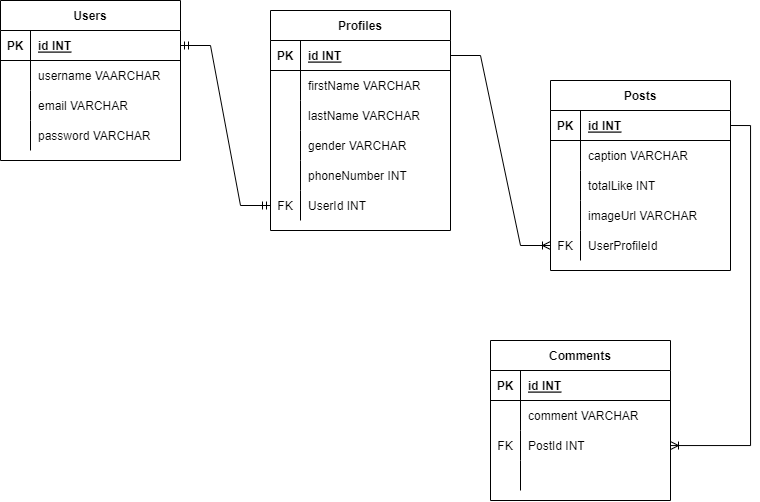
This is schema-pp.png from Andrianns/socmed-Instogram, a draw.io export, as it was before one commit. Source tidied: cells renumbered, new cells last; positions are measured from the earlier drawing's top-left corner, leaving out a move shared by most shapes.
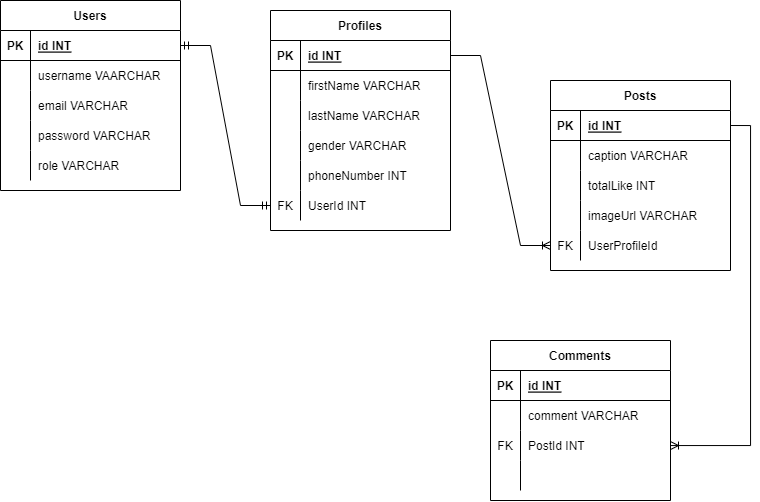
Above is the later version.

What changed in the source:
```diff
@@ -90,7 +90,7 @@
       <mxGeometry x="30" width="150" height="30" as="geometry" />
     </mxCell>
     <mxCell id="31" value="Users" style="shape=table;startSize=30;rowLines=0;fontStyle=1;align=center;" parent="1" vertex="1">
-      <mxGeometry width="180" height="160" as="geometry" />
+      <mxGeometry width="180" height="190" as="geometry" />
     </mxCell>
     <mxCell id="32" style="shape=tableRow;horizontal=0;startSize=0;swimlaneHead=0;swimlaneBody=0;fillColor=none;points=[[0,0.5],[1,0.5]];portConstraint=eastwest;top=0;left=0;right=0;bottom=1;" parent="31" vertex="1">
       <mxGeometry y="30" width="180" height="30" as="geometry" />
@@ -128,6 +128,15 @@
     <mxCell id="43" value="password VARCHAR" style="shape=partialRectangle;fillColor=none;top=0;left=0;bottom=0;right=0;align=left;spacingLeft=6;overflow=hidden;" parent="41" vertex="1">
       <mxGeometry x="30" width="150" height="30" as="geometry" />
     </mxCell>
+    <mxCell id="66" style="shape=tableRow;horizontal=0;startSize=0;swimlaneHead=0;swimlaneBody=0;fillColor=none;top=0;left=0;right=0;bottom=0;" parent="31" vertex="1">
+      <mxGeometry y="150" width="180" height="30" as="geometry" />
+    </mxCell>
+    <mxCell id="67" style="shape=partialRectangle;fillColor=none;top=0;left=0;bottom=0;right=0;overflow=hidden;" parent="66" vertex="1">
+      <mxGeometry width="30" height="30" as="geometry" />
+    </mxCell>
+    <mxCell id="68" value="role VARCHAR" style="shape=partialRectangle;fillColor=none;top=0;left=0;bottom=0;right=0;align=left;spacingLeft=6;overflow=hidden;" parent="66" vertex="1">
+      <mxGeometry x="30" width="150" height="30" as="geometry" />
+    </mxCell>
     <mxCell id="44" value="Profiles" style="shape=table;startSize=30;rowLines=0;fontStyle=1;align=center;" parent="1" vertex="1">
       <mxGeometry x="270" y="10" width="180" height="220" as="geometry" />
     </mxCell>
```
